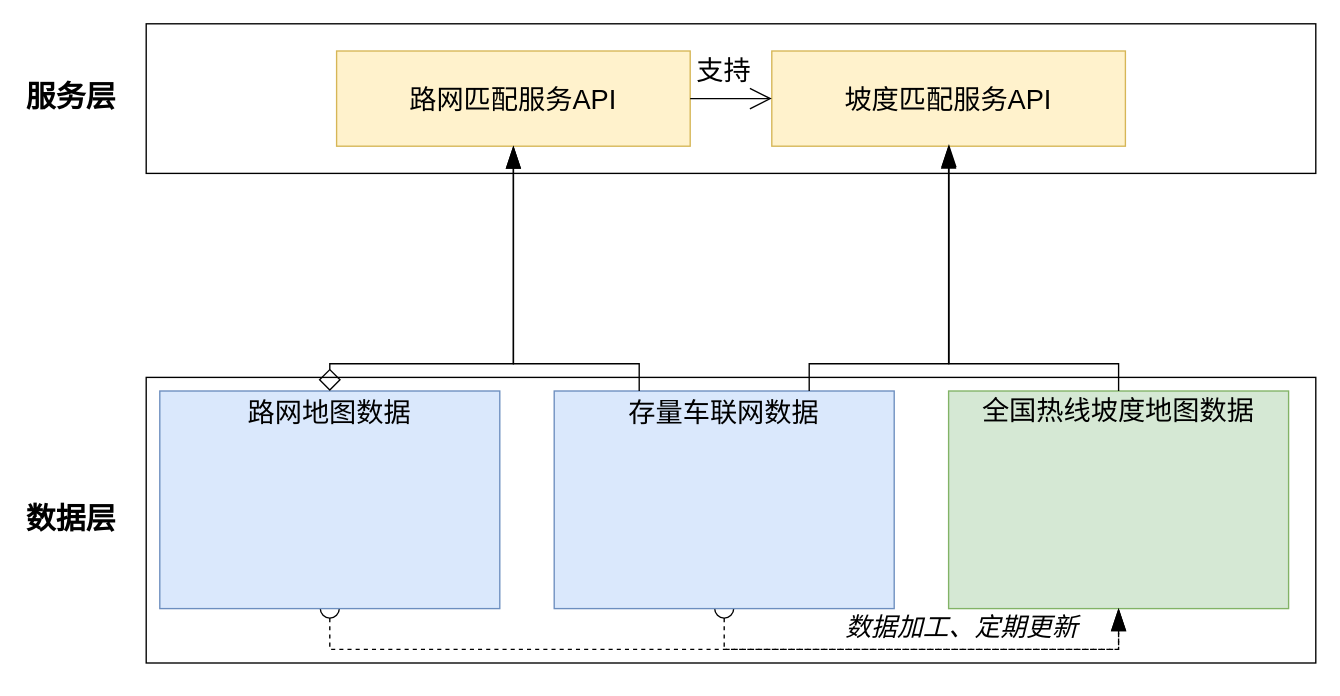
Earlier version of the draw.io diagram 车联网数据地理信息匹配服务.drawio (wangwuhua11/draw). Source tidied: cells renumbered, new cells numbered last; positions are measured from the earlier drawing's top-left corner, leaving out a move shared by most shapes. Both pictures are drawn from the tidied source at 136%, with x=0, y=0 at pixel (23, 23).
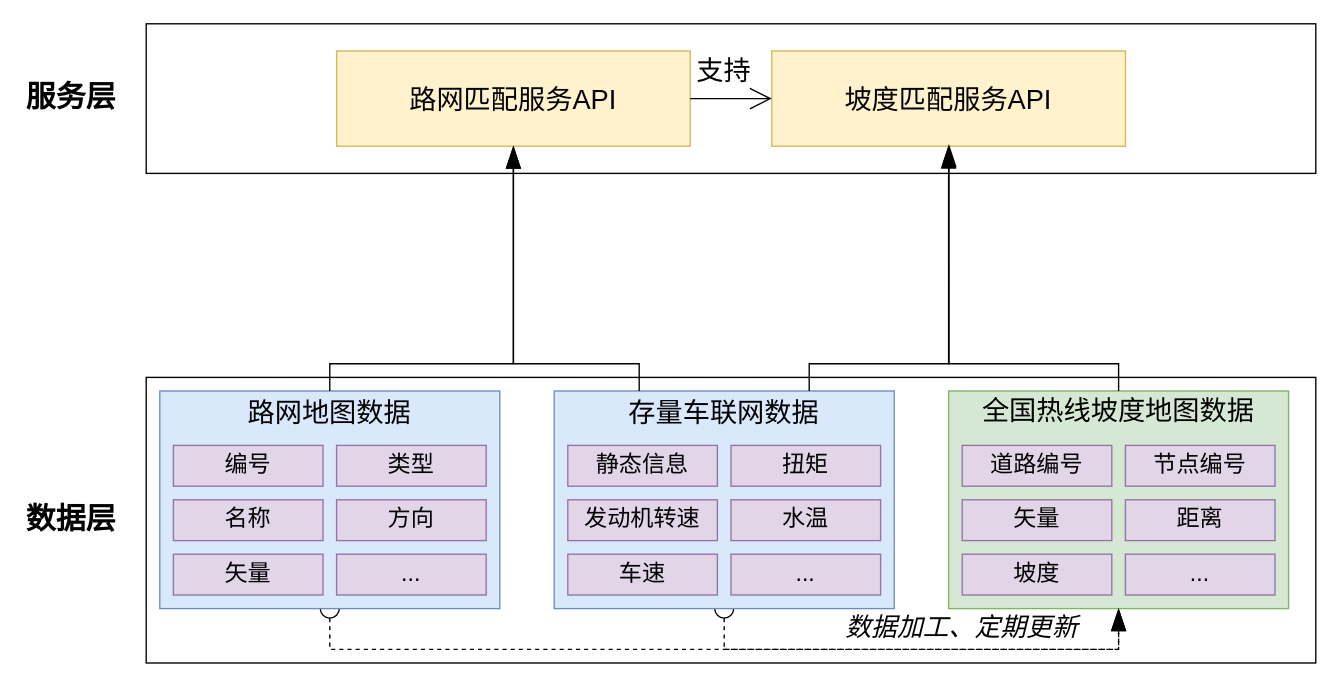
After the change.

Commit message (it also covers changes not shown here):
更新车联网数据地理信息匹配服务.drawio

Unchanged cells that the change refers to:
```xml
<mxCell id="8" value="&lt;font style=&quot;font-size: 20px;&quot;&gt;路网匹配服务API&lt;/font&gt;" style="rounded=0;whiteSpace=wrap;html=1;fontFamily=宋体;fillColor=#fff2cc;strokeColor=#d6b656;" parent="1" vertex="1">
  <mxGeometry x="230" y="20" width="260" height="70" as="geometry" />
</mxCell>
<mxCell id="10" style="rounded=0;whiteSpace=wrap;html=1;fontFamily=宋体;fillColor=#dae8fc;strokeColor=#6c8ebf;" parent="1" vertex="1">
  <mxGeometry x="100" y="270" width="250" height="160" as="geometry" />
</mxCell>
```

The edit, as a diff of the source:
```diff
@@
-    <mxCell id="16" style="edgeStyle=orthogonalEdgeStyle;jettySize=auto;html=1;rounded=0;fontFamily=Architects Daughter;fontSize=16;startSize=14;endArrow=blockThin;endSize=14;sourcePerimeterSpacing=8;targetPerimeterSpacing=8;exitX=0.5;exitY=0;exitDx=0;exitDy=0;entryX=0.5;entryY=1;entryDx=0;entryDy=0;endFill=1;startArrow=diamond;startFill=0;" parent="1" edge="1" source="10" target="8">
+    <mxCell id="16" style="edgeStyle=orthogonalEdgeStyle;jettySize=auto;html=1;rounded=0;fontFamily=Architects Daughter;fontSize=16;startSize=14;endArrow=blockThin;endSize=14;sourcePerimeterSpacing=8;targetPerimeterSpacing=8;exitX=0.5;exitY=0;exitDx=0;exitDy=0;entryX=0.5;entryY=1;entryDx=0;entryDy=0;endFill=1;startArrow=none;startFill=0;" parent="1" edge="1" source="10" target="8">
       <mxGeometry relative="1" as="geometry">
         <Array as="points">
           <mxPoint x="225" y="250" />
           <mxPoint x="360" y="250" />
         </Array>
       </mxGeometry>
     </mxCell>
@@
+    <mxCell id="23" value="&lt;span style=&quot;font-size: 17px;&quot;&gt;静态信息&lt;/span&gt;" style="rounded=0;whiteSpace=wrap;html=1;fontFamily=宋体;fillColor=#e1d5e7;strokeColor=#9673a6;" parent="1" vertex="1">
+      <mxGeometry x="400" y="310" width="110" height="30" as="geometry" />
+    </mxCell>
+    <mxCell id="24" value="&lt;font style=&quot;font-size: 17px;&quot;&gt;扭矩&lt;/font&gt;" style="rounded=0;whiteSpace=wrap;html=1;fontFamily=宋体;fillColor=#e1d5e7;strokeColor=#9673a6;" parent="1" vertex="1">
+      <mxGeometry x="520" y="310" width="110" height="30" as="geometry" />
+    </mxCell>
+    <mxCell id="25" value="&lt;font style=&quot;font-size: 17px;&quot;&gt;发动机转速&lt;/font&gt;" style="rounded=0;whiteSpace=wrap;html=1;fontFamily=宋体;fillColor=#e1d5e7;strokeColor=#9673a6;" parent="1" vertex="1">
+      <mxGeometry x="400" y="350" width="110" height="30" as="geometry" />
+    </mxCell>
+    <mxCell id="26" value="&lt;font style=&quot;font-size: 17px;&quot;&gt;水温&lt;/font&gt;" style="rounded=0;whiteSpace=wrap;html=1;fontFamily=宋体;fillColor=#e1d5e7;strokeColor=#9673a6;" parent="1" vertex="1">
+      <mxGeometry x="520" y="350" width="110" height="30" as="geometry" />
+    </mxCell>
+    <mxCell id="27" value="&lt;span style=&quot;font-size: 17px;&quot;&gt;车速&lt;/span&gt;" style="rounded=0;whiteSpace=wrap;html=1;fontFamily=宋体;fillColor=#e1d5e7;strokeColor=#9673a6;" parent="1" vertex="1">
+      <mxGeometry x="400" y="390" width="110" height="30" as="geometry" />
+    </mxCell>
+    <mxCell id="28" value="&lt;span style=&quot;font-size: 17px;&quot;&gt;...&lt;/span&gt;" style="rounded=0;whiteSpace=wrap;html=1;fontFamily=宋体;fillColor=#e1d5e7;strokeColor=#9673a6;" parent="1" vertex="1">
+      <mxGeometry x="520" y="390" width="110" height="30" as="geometry" />
+    </mxCell>
+    <mxCell id="29" value="&lt;span style=&quot;font-size: 17px;&quot;&gt;编号&lt;/span&gt;" style="rounded=0;whiteSpace=wrap;html=1;fontFamily=宋体;fillColor=#e1d5e7;strokeColor=#9673a6;" parent="1" vertex="1">
+      <mxGeometry x="110" y="310" width="110" height="30" as="geometry" />
+    </mxCell>
+    <mxCell id="30" value="&lt;span style=&quot;font-size: 17px;&quot;&gt;类型&lt;/span&gt;" style="rounded=0;whiteSpace=wrap;html=1;fontFamily=宋体;fillColor=#e1d5e7;strokeColor=#9673a6;" parent="1" vertex="1">
+      <mxGeometry x="230" y="310" width="110" height="30" as="geometry" />
+    </mxCell>
+    <mxCell id="31" value="&lt;span style=&quot;font-size: 17px;&quot;&gt;名称&lt;/span&gt;" style="rounded=0;whiteSpace=wrap;html=1;fontFamily=宋体;fillColor=#e1d5e7;strokeColor=#9673a6;" parent="1" vertex="1">
+      <mxGeometry x="110" y="350" width="110" height="30" as="geometry" />
+    </mxCell>
+    <mxCell id="32" value="&lt;span style=&quot;font-size: 17px;&quot;&gt;方向&lt;/span&gt;" style="rounded=0;whiteSpace=wrap;html=1;fontFamily=宋体;fillColor=#e1d5e7;strokeColor=#9673a6;" parent="1" vertex="1">
+      <mxGeometry x="230" y="350" width="110" height="30" as="geometry" />
+    </mxCell>
+    <mxCell id="33" value="&lt;span style=&quot;font-size: 17px;&quot;&gt;矢量&lt;/span&gt;" style="rounded=0;whiteSpace=wrap;html=1;fontFamily=宋体;fillColor=#e1d5e7;strokeColor=#9673a6;" parent="1" vertex="1">
+      <mxGeometry x="110" y="390" width="110" height="30" as="geometry" />
+    </mxCell>
+    <mxCell id="34" value="&lt;span style=&quot;font-size: 17px;&quot;&gt;...&lt;/span&gt;" style="rounded=0;whiteSpace=wrap;html=1;fontFamily=宋体;fillColor=#e1d5e7;strokeColor=#9673a6;" parent="1" vertex="1">
+      <mxGeometry x="230" y="390" width="110" height="30" as="geometry" />
+    </mxCell>
+    <mxCell id="35" value="&lt;span style=&quot;font-size: 17px;&quot;&gt;道路编号&lt;/span&gt;" style="rounded=0;whiteSpace=wrap;html=1;fontFamily=宋体;fillColor=#e1d5e7;strokeColor=#9673a6;" parent="1" vertex="1">
+      <mxGeometry x="690" y="310" width="110" height="30" as="geometry" />
+    </mxCell>
+    <mxCell id="36" value="&lt;span style=&quot;font-size: 17px;&quot;&gt;节点编号&lt;/span&gt;" style="rounded=0;whiteSpace=wrap;html=1;fontFamily=宋体;fillColor=#e1d5e7;strokeColor=#9673a6;" parent="1" vertex="1">
+      <mxGeometry x="810" y="310" width="110" height="30" as="geometry" />
+    </mxCell>
+    <mxCell id="37" value="&lt;span style=&quot;font-size: 17px;&quot;&gt;矢量&lt;/span&gt;" style="rounded=0;whiteSpace=wrap;html=1;fontFamily=宋体;fillColor=#e1d5e7;strokeColor=#9673a6;" parent="1" vertex="1">
+      <mxGeometry x="690" y="350" width="110" height="30" as="geometry" />
+    </mxCell>
+    <mxCell id="38" value="&lt;span style=&quot;font-size: 17px;&quot;&gt;坡度&lt;/span&gt;" style="rounded=0;whiteSpace=wrap;html=1;fontFamily=宋体;fillColor=#e1d5e7;strokeColor=#9673a6;" parent="1" vertex="1">
+      <mxGeometry x="690" y="390" width="110" height="30" as="geometry" />
+    </mxCell>
+    <mxCell id="39" value="&lt;span style=&quot;font-size: 17px;&quot;&gt;距离&lt;/span&gt;" style="rounded=0;whiteSpace=wrap;html=1;fontFamily=宋体;fillColor=#e1d5e7;strokeColor=#9673a6;" parent="1" vertex="1">
+      <mxGeometry x="810" y="350" width="110" height="30" as="geometry" />
+    </mxCell>
+    <mxCell id="40" value="&lt;span style=&quot;font-size: 17px;&quot;&gt;...&lt;/span&gt;" style="rounded=0;whiteSpace=wrap;html=1;fontFamily=宋体;fillColor=#e1d5e7;strokeColor=#9673a6;" parent="1" vertex="1">
+      <mxGeometry x="810" y="390" width="110" height="30" as="geometry" />
+    </mxCell>
```
